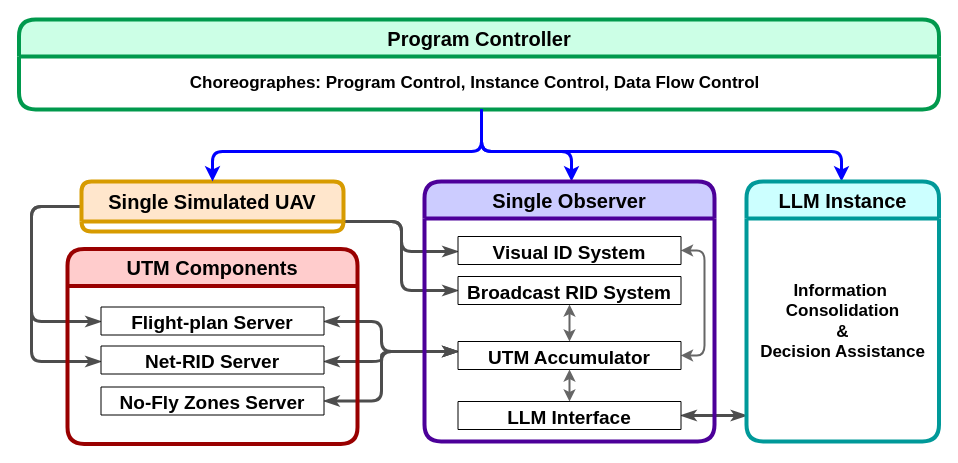
Before: GenZero-Full_System.drawio in madatr/UTM-Diagrams, a draw.io diagram. Source tidied: cells renumbered, new cells numbered last; positions are measured from the earlier drawing's top-left corner, leaving out a move shared by most shapes. Both pictures are drawn from the tidied source at 100%, with x=0, y=0 at pixel (19, 19).
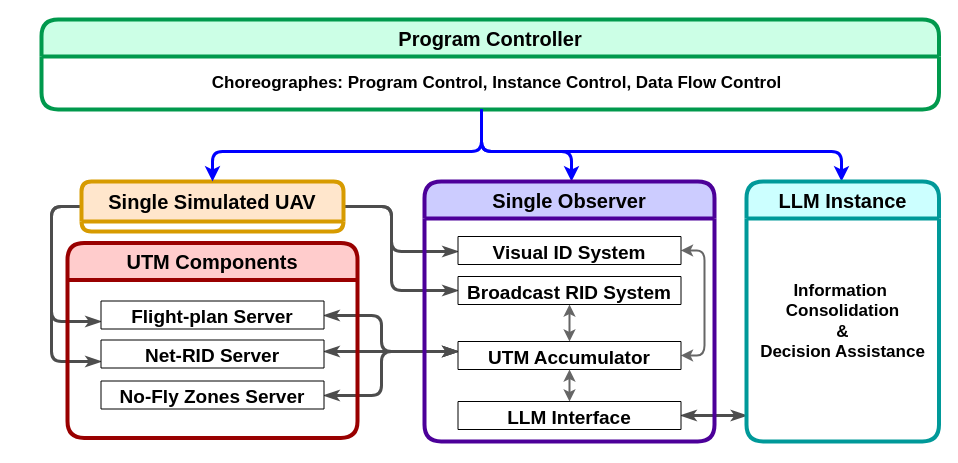
After the change.

Unchanged cells that the change refers to:
```xml
<mxCell id="6" value="&lt;font style=&quot;font-size: 20px;&quot;&gt;Single Simulated UAV&lt;/font&gt;" style="swimlane;whiteSpace=wrap;html=1;rounded=1;fillColor=#ffe6cc;strokeColor=#D79B00;strokeWidth=4;perimeterSpacing=0;fillStyle=auto;startSize=40;fontSize=20;" parent="1" vertex="1" collapsed="1">
  <mxGeometry x="62" y="162" width="262" height="50" as="geometry" />
</mxCell>
<mxCell id="17" value="Visual ID System" style="swimlane;fontSize=19;rounded=1;startSize=28;" parent="15" vertex="1">
  <mxGeometry x="33.5" y="55" width="223" height="28" as="geometry" />
</mxCell>
<mxCell id="19" value="UTM Accumulator" style="swimlane;fontSize=19;rounded=1;startSize=28;" parent="15" vertex="1">
  <mxGeometry x="33.5" y="160" width="223" height="28" as="geometry" />
</mxCell>
<mxCell id="22" value="Broadcast RID System" style="swimlane;fontSize=19;rounded=1;startSize=28;" parent="15" vertex="1">
  <mxGeometry x="33.5" y="95" width="223" height="28" as="geometry" />
</mxCell>
<mxCell id="24" value="Flight-plan Server" style="swimlane;fontSize=19;rounded=1;startSize=28;" parent="23" vertex="1" collapsed="1">
  <mxGeometry x="33.5" y="58" width="223" height="28" as="geometry" />
</mxCell>
<mxCell id="25" value="Net-RID Server" style="swimlane;fontSize=19;rounded=1;startSize=28;" parent="23" vertex="1" collapsed="1">
  <mxGeometry x="33.5" y="97" width="223" height="28" as="geometry" />
</mxCell>
<mxCell id="26" value="No-Fly Zones Server" style="swimlane;fontSize=19;rounded=1;startSize=28;" parent="23" vertex="1" collapsed="1">
  <mxGeometry x="33.5" y="138" width="223" height="28" as="geometry" />
</mxCell>
```

Diff of the diagram source:
```diff
@@
     <mxCell id="2" style="edgeStyle=orthogonalEdgeStyle;rounded=1;jettySize=auto;html=1;strokeWidth=3;curved=0;endArrow=classicThin;endFill=1;jumpStyle=line;strokeColor=#4D4D4D;" parent="1" edge="1" source="6" target="17">
       <mxGeometry relative="1" as="geometry">
         <Array as="points">
-          <mxPoint x="382" y="202" />
-          <mxPoint x="382" y="232" />
+          <mxPoint x="372" y="187" />
+          <mxPoint x="372" y="232" />
         </Array>
       </mxGeometry>
     </mxCell>
-    <mxCell id="3" style="edgeStyle=orthogonalEdgeStyle;rounded=1;jettySize=auto;html=1;strokeWidth=3;curved=0;endArrow=classicThin;endFill=1;jumpStyle=line;strokeColor=#4D4D4D;entryX=0;entryY=0.5;entryDx=0;entryDy=0;" parent="1" edge="1" target="22">
+    <mxCell id="3" style="edgeStyle=orthogonalEdgeStyle;rounded=1;jettySize=auto;html=1;strokeWidth=3;curved=0;endArrow=classicThin;endFill=1;jumpStyle=line;strokeColor=#4D4D4D;entryX=0;entryY=0.5;entryDx=0;entryDy=0;exitX=1;exitY=0.5;exitDx=0;exitDy=0;" parent="1" edge="1" source="6" target="22">
       <mxGeometry relative="1" as="geometry">
-        <mxPoint x="342" y="202" as="sourcePoint" />
         <Array as="points">
-          <mxPoint x="382" y="202" />
-          <mxPoint x="382" y="271" />
+          <mxPoint x="372" y="187" />
+          <mxPoint x="372" y="271" />
         </Array>
       </mxGeometry>
     </mxCell>
     <mxCell id="4" style="edgeStyle=orthogonalEdgeStyle;rounded=1;jettySize=auto;html=1;strokeWidth=3;curved=0;endArrow=classicThin;endFill=1;jumpStyle=line;strokeColor=#4D4D4D;" parent="1" edge="1" source="6" target="24">
       <mxGeometry relative="1" as="geometry">
         <Array as="points">
-          <mxPoint x="12" y="187" />
-          <mxPoint x="12" y="302" />
+          <mxPoint x="32" y="187" />
+          <mxPoint x="32" y="302" />
         </Array>
       </mxGeometry>
     </mxCell>
     <mxCell id="5" style="edgeStyle=orthogonalEdgeStyle;rounded=1;jettySize=auto;html=1;strokeWidth=3;curved=0;endArrow=classicThin;endFill=1;jumpStyle=line;strokeColor=#4D4D4D;" parent="1" edge="1" source="6" target="25">
       <mxGeometry relative="1" as="geometry">
         <Array as="points">
-          <mxPoint x="12" y="187" />
-          <mxPoint x="12" y="342" />
+          <mxPoint x="32" y="187" />
+          <mxPoint x="32" y="342" />
         </Array>
       </mxGeometry>
     </mxCell>
@@
     <mxCell id="8" value="&lt;span style=&quot;font-size: 20px; text-wrap: nowrap;&quot;&gt;Program Controller&lt;/span&gt;" style="swimlane;whiteSpace=wrap;html=1;rounded=1;fillColor=#CCFFE6;strokeColor=#00994D;strokeWidth=4;perimeterSpacing=0;fillStyle=auto;startSize=37;fontSize=20;" parent="1" vertex="1">
-      <mxGeometry x="-0.5" width="920" height="90" as="geometry" />
+      <mxGeometry x="22" width="897.5" height="90" as="geometry" />
     </mxCell>
@@
     <mxCell id="10" style="edgeStyle=orthogonalEdgeStyle;rounded=1;jettySize=auto;html=1;startArrow=classicThin;startFill=1;strokeWidth=3;curved=0;endArrow=classicThin;endFill=1;jumpStyle=line;strokeColor=#4D4D4D;" parent="1" edge="1" source="19" target="24">
       <mxGeometry relative="1" as="geometry">
         <Array as="points">
           <mxPoint x="362" y="332" />
-          <mxPoint x="362" y="302" />
+          <mxPoint x="362" y="296" />
         </Array>
       </mxGeometry>
     </mxCell>
     <mxCell id="11" style="edgeStyle=orthogonalEdgeStyle;rounded=1;jettySize=auto;html=1;startArrow=classicThin;startFill=1;strokeWidth=3;curved=0;endArrow=classicThin;endFill=1;jumpStyle=line;strokeColor=#4D4D4D;" parent="1" edge="1" source="19" target="25">
       <mxGeometry relative="1" as="geometry">
         <Array as="points">
-          <mxPoint x="362" y="332" />
-          <mxPoint x="362" y="342" />
+          <mxPoint x="332" y="332" />
+          <mxPoint x="332" y="332" />
         </Array>
       </mxGeometry>
     </mxCell>
-    <mxCell id="12" style="edgeStyle=orthogonalEdgeStyle;rounded=1;jettySize=auto;html=1;startArrow=classicThin;startFill=1;strokeWidth=3;curved=0;endArrow=classicThin;endFill=1;jumpStyle=line;strokeColor=#4D4D4D;entryX=1;entryY=0.5;entryDx=0;entryDy=0;" parent="1" edge="1" source="19" target="26">
+    <mxCell id="12" style="edgeStyle=orthogonalEdgeStyle;rounded=1;jettySize=auto;html=1;startArrow=classicThin;startFill=1;strokeWidth=3;curved=0;endArrow=classicThin;endFill=1;jumpStyle=line;strokeColor=#4D4D4D;" parent="1" edge="1" source="19" target="26">
       <mxGeometry relative="1" as="geometry">
         <Array as="points">
           <mxPoint x="362" y="332" />
-          <mxPoint x="362" y="382" />
+          <mxPoint x="362" y="376" />
         </Array>
       </mxGeometry>
     </mxCell>
@@
     <mxCell id="23" value="&lt;span style=&quot;font-size: 20px; text-wrap: nowrap;&quot;&gt;UTM Components&lt;/span&gt;" style="swimlane;whiteSpace=wrap;html=1;rounded=1;fillColor=#FFCCCC;strokeColor=#990000;strokeWidth=4;perimeterSpacing=0;fillStyle=auto;startSize=37;fontSize=20;" parent="1" vertex="1">
-      <mxGeometry x="48" y="229.5" width="290" height="195" as="geometry" />
+      <mxGeometry x="48" y="223.5" width="290" height="195" as="geometry" />
     </mxCell>
```
